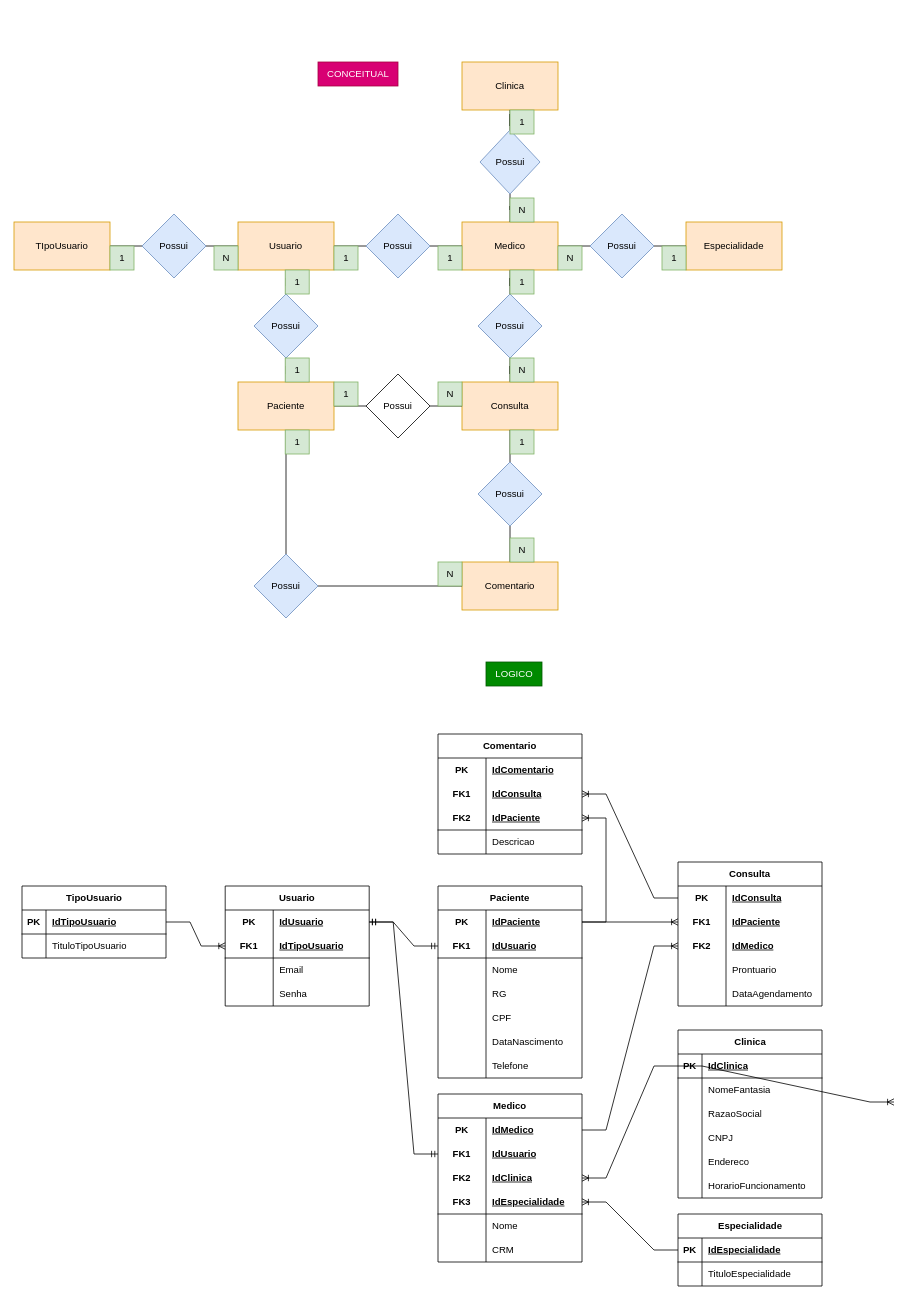
Before: Health_Clinic/Modelagem_HealthClinic.drawio in Duduuz7/projetos-senai-2-semestre, a draw.io diagram. Source tidied: cells renumbered, new cells numbered last; positions are measured from the earlier drawing's top-left corner, leaving out a move shared by most shapes. Both pictures are drawn from the tidied source at 80%, with x=0, y=0 at pixel (14, 62).
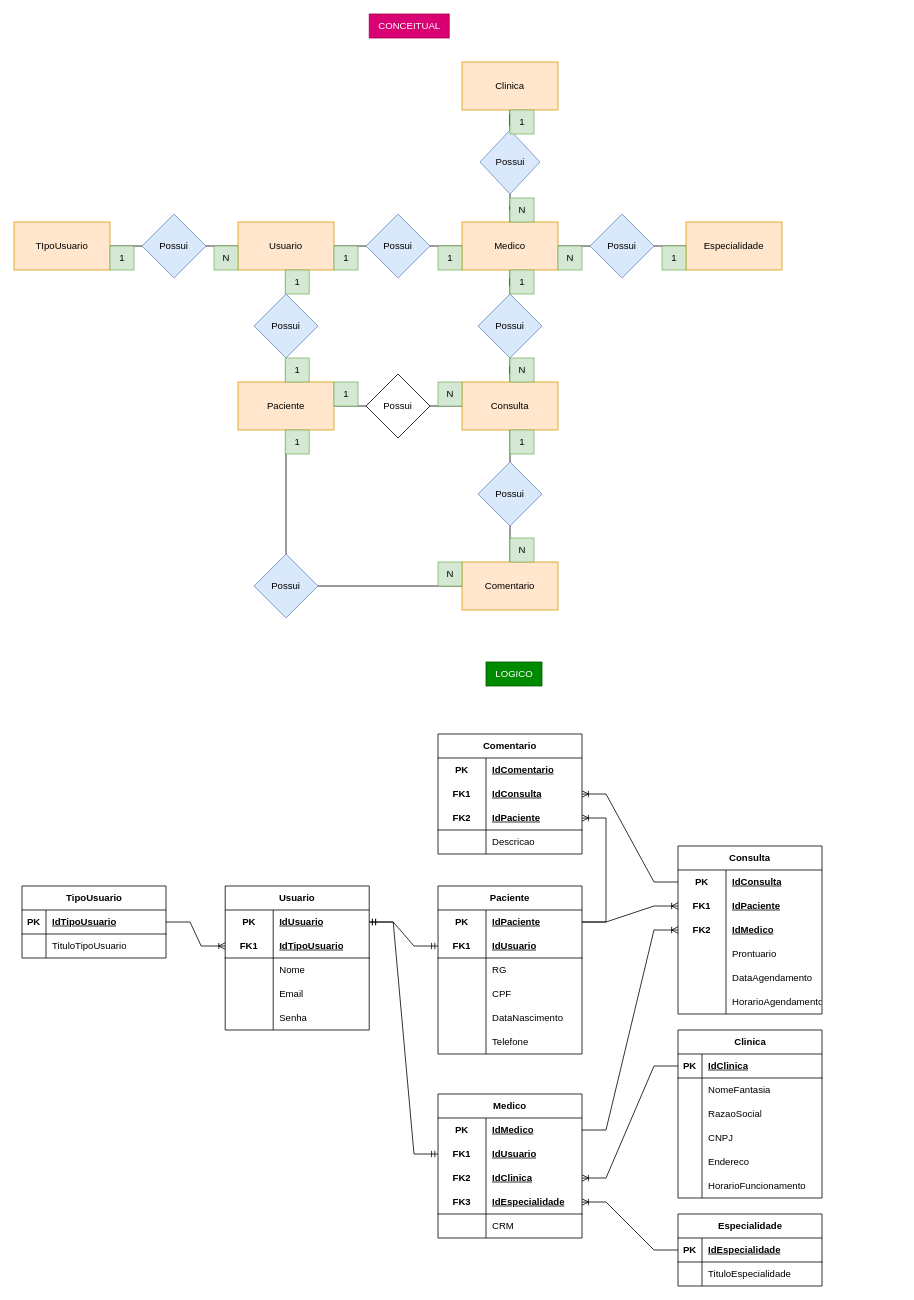
Above is the later version.

Commit message (it also covers changes not shown here):
Finalizado banco de dados projeto Health Clinic

Unchanged cells that the change refers to:
```xml
<mxCell id="63" style="shape=tableRow;horizontal=0;startSize=0;swimlaneHead=0;swimlaneBody=0;fillColor=none;points=[[0,0.5],[1,0.5]];portConstraint=eastwest;top=0;left=0;right=0;bottom=1;" parent="62" vertex="1">
  <mxGeometry y="30" width="180" height="30" as="geometry" />
</mxCell>
<mxCell id="88" style="shape=tableRow;horizontal=0;startSize=0;swimlaneHead=0;swimlaneBody=0;fillColor=none;top=0;left=0;right=0;bottom=0;html=1;" parent="81" vertex="1">
  <mxGeometry y="90" width="180" height="30" as="geometry" />
</mxCell>
```

What changed in the source:
```diff
@@
     <mxCell id="37" value="CONCEITUAL" style="text;html=1;align=center;verticalAlign=middle;strokeColor=#A50040;fillColor=#d80073;fontColor=#ffffff;" parent="1" vertex="1">
-      <mxGeometry x="380" width="100" height="30" as="geometry" />
+      <mxGeometry x="444" y="-60" width="100" height="30" as="geometry" />
     </mxCell>
@@
     <mxCell id="81" value="Usuario" style="shape=table;startSize=30;childLayout=tableLayout;rowLines=0;fontStyle=1;align=center;html=1;whiteSpace=wrap;" parent="1" vertex="1">
-      <mxGeometry x="264" y="1030" width="180" height="150" as="geometry" />
+      <mxGeometry x="264" y="1030" width="180" height="180" as="geometry" />
     </mxCell>
@@
-    <mxCell id="90" value="Email" style="shape=partialRectangle;fillColor=none;top=0;left=0;bottom=0;right=0;align=left;spacingLeft=6;overflow=hidden;html=1;whiteSpace=wrap;" parent="88" vertex="1">
+    <mxCell id="90" value="Nome" style="shape=partialRectangle;fillColor=none;top=0;left=0;bottom=0;right=0;align=left;spacingLeft=6;overflow=hidden;html=1;whiteSpace=wrap;" parent="88" vertex="1">
       <mxGeometry x="60" width="120" height="30" as="geometry" />
     </mxCell>
+    <mxCell id="183" style="shape=tableRow;horizontal=0;startSize=0;swimlaneHead=0;swimlaneBody=0;fillColor=none;top=0;left=0;right=0;bottom=0;html=1;" parent="81" vertex="1">
+      <mxGeometry y="120" width="180" height="30" as="geometry" />
+    </mxCell>
+    <mxCell id="184" style="shape=partialRectangle;fillColor=none;top=0;left=0;bottom=0;right=0;overflow=hidden;html=1;whiteSpace=wrap;" parent="183" vertex="1">
+      <mxGeometry width="60" height="30" as="geometry" />
+    </mxCell>
+    <mxCell id="185" value="Email" style="shape=partialRectangle;fillColor=none;top=0;left=0;bottom=0;right=0;align=left;spacingLeft=6;overflow=hidden;html=1;whiteSpace=wrap;" parent="183" vertex="1">
+      <mxGeometry x="60" width="120" height="30" as="geometry" />
+    </mxCell>
     <mxCell id="91" style="shape=tableRow;horizontal=0;startSize=0;swimlaneHead=0;swimlaneBody=0;fillColor=none;top=0;left=0;right=0;bottom=0;html=1;" parent="81" vertex="1">
-      <mxGeometry y="120" width="180" height="30" as="geometry" />
+      <mxGeometry y="150" width="180" height="30" as="geometry" />
     </mxCell>
@@
     <mxCell id="103" value="Paciente" style="shape=table;startSize=30;childLayout=tableLayout;rowLines=0;fontStyle=1;align=center;html=1;whiteSpace=wrap;" parent="1" vertex="1">
-      <mxGeometry x="530" y="1030" width="180" height="240" as="geometry" />
+      <mxGeometry x="530" y="1030" width="180" height="210" as="geometry" />
     </mxCell>
@@
-    <mxCell id="110" style="shape=tableRow;horizontal=0;startSize=0;swimlaneHead=0;swimlaneBody=0;fillColor=none;top=0;left=0;right=0;bottom=0;html=1;" parent="103" vertex="1">
-      <mxGeometry y="90" width="180" height="30" as="geometry" />
-    </mxCell>
-    <mxCell id="111" style="shape=partialRectangle;fillColor=none;top=0;left=0;bottom=0;right=0;overflow=hidden;html=1;whiteSpace=wrap;" parent="110" vertex="1">
-      <mxGeometry width="60" height="30" as="geometry" />
-    </mxCell>
-    <mxCell id="112" value="Nome" style="shape=partialRectangle;fillColor=none;top=0;left=0;bottom=0;right=0;align=left;spacingLeft=6;overflow=hidden;html=1;whiteSpace=wrap;" parent="110" vertex="1">
-      <mxGeometry x="60" width="120" height="30" as="geometry" />
-    </mxCell>
     <mxCell id="113" style="shape=tableRow;horizontal=0;startSize=0;swimlaneHead=0;swimlaneBody=0;fillColor=none;top=0;left=0;right=0;bottom=0;html=1;" parent="103" vertex="1">
-      <mxGeometry y="120" width="180" height="30" as="geometry" />
+      <mxGeometry y="90" width="180" height="30" as="geometry" />
     </mxCell>
@@
     <mxCell id="116" style="shape=tableRow;horizontal=0;startSize=0;swimlaneHead=0;swimlaneBody=0;fillColor=none;top=0;left=0;right=0;bottom=0;html=1;" parent="103" vertex="1">
-      <mxGeometry y="150" width="180" height="30" as="geometry" />
+      <mxGeometry y="120" width="180" height="30" as="geometry" />
     </mxCell>
@@
     <mxCell id="119" style="shape=tableRow;horizontal=0;startSize=0;swimlaneHead=0;swimlaneBody=0;fillColor=none;top=0;left=0;right=0;bottom=0;html=1;" parent="103" vertex="1">
-      <mxGeometry y="180" width="180" height="30" as="geometry" />
+      <mxGeometry y="150" width="180" height="30" as="geometry" />
     </mxCell>
@@
     <mxCell id="122" style="shape=tableRow;horizontal=0;startSize=0;swimlaneHead=0;swimlaneBody=0;fillColor=none;top=0;left=0;right=0;bottom=0;html=1;" parent="103" vertex="1">
-      <mxGeometry y="210" width="180" height="30" as="geometry" />
+      <mxGeometry y="180" width="180" height="30" as="geometry" />
     </mxCell>
@@
     <mxCell id="125" value="Medico" style="shape=table;startSize=30;childLayout=tableLayout;rowLines=0;fontStyle=1;align=center;html=1;whiteSpace=wrap;" parent="1" vertex="1">
-      <mxGeometry x="530" y="1290" width="180" height="210" as="geometry" />
+      <mxGeometry x="530" y="1290" width="180" height="180" as="geometry" />
     </mxCell>
@@
-    <mxCell id="138" style="shape=tableRow;horizontal=0;startSize=0;swimlaneHead=0;swimlaneBody=0;fillColor=none;top=0;left=0;right=0;bottom=0;html=1;" parent="125" vertex="1">
-      <mxGeometry y="150" width="180" height="30" as="geometry" />
-    </mxCell>
-    <mxCell id="139" style="shape=partialRectangle;fillColor=none;top=0;left=0;bottom=0;right=0;overflow=hidden;html=1;whiteSpace=wrap;" parent="138" vertex="1">
-      <mxGeometry width="60" height="30" as="geometry" />
-    </mxCell>
-    <mxCell id="140" value="Nome" style="shape=partialRectangle;fillColor=none;top=0;left=0;bottom=0;right=0;align=left;spacingLeft=6;overflow=hidden;html=1;whiteSpace=wrap;" parent="138" vertex="1">
-      <mxGeometry x="60" width="120" height="30" as="geometry" />
-    </mxCell>
     <mxCell id="141" style="shape=tableRow;horizontal=0;startSize=0;swimlaneHead=0;swimlaneBody=0;fillColor=none;top=0;left=0;right=0;bottom=0;html=1;" parent="125" vertex="1">
-      <mxGeometry y="180" width="180" height="30" as="geometry" />
+      <mxGeometry y="150" width="180" height="30" as="geometry" />
     </mxCell>
@@
     <mxCell id="144" value="Consulta" style="shape=table;startSize=30;childLayout=tableLayout;rowLines=0;fontStyle=1;align=center;html=1;whiteSpace=wrap;" parent="1" vertex="1">
-      <mxGeometry x="830" y="1000" width="180" height="180" as="geometry" />
+      <mxGeometry x="830" y="980" width="180" height="210" as="geometry" />
     </mxCell>
@@
+    <mxCell id="186" style="shape=tableRow;horizontal=0;startSize=0;swimlaneHead=0;swimlaneBody=0;fillColor=none;top=0;left=0;right=0;bottom=0;html=1;" parent="144" vertex="1">
+      <mxGeometry y="180" width="180" height="30" as="geometry" />
+    </mxCell>
+    <mxCell id="187" style="shape=partialRectangle;fillColor=none;top=0;left=0;bottom=0;right=0;overflow=hidden;html=1;whiteSpace=wrap;" parent="186" vertex="1">
+      <mxGeometry width="60" height="30" as="geometry" />
+    </mxCell>
+    <mxCell id="188" value="HorarioAgendamento" style="shape=partialRectangle;fillColor=none;top=0;left=0;bottom=0;right=0;align=left;spacingLeft=6;overflow=hidden;html=1;whiteSpace=wrap;" parent="186" vertex="1">
+      <mxGeometry x="60" width="120" height="30" as="geometry" />
+    </mxCell>
@@
-    <mxCell id="177" style="edgeStyle=entityRelationEdgeStyle;fontSize=12;html=1;endArrow=ERoneToMany;rounded=0;exitX=0;exitY=0.5;exitDx=0;exitDy=0;entryX=1;entryY=0.5;entryDx=0;entryDy=0;" parent="1" edge="1" source="63">
-      <mxGeometry relative="1" as="geometry">
-        <mxPoint x="1100" y="1300" as="targetPoint" />
-      </mxGeometry>
-    </mxCell>
```
